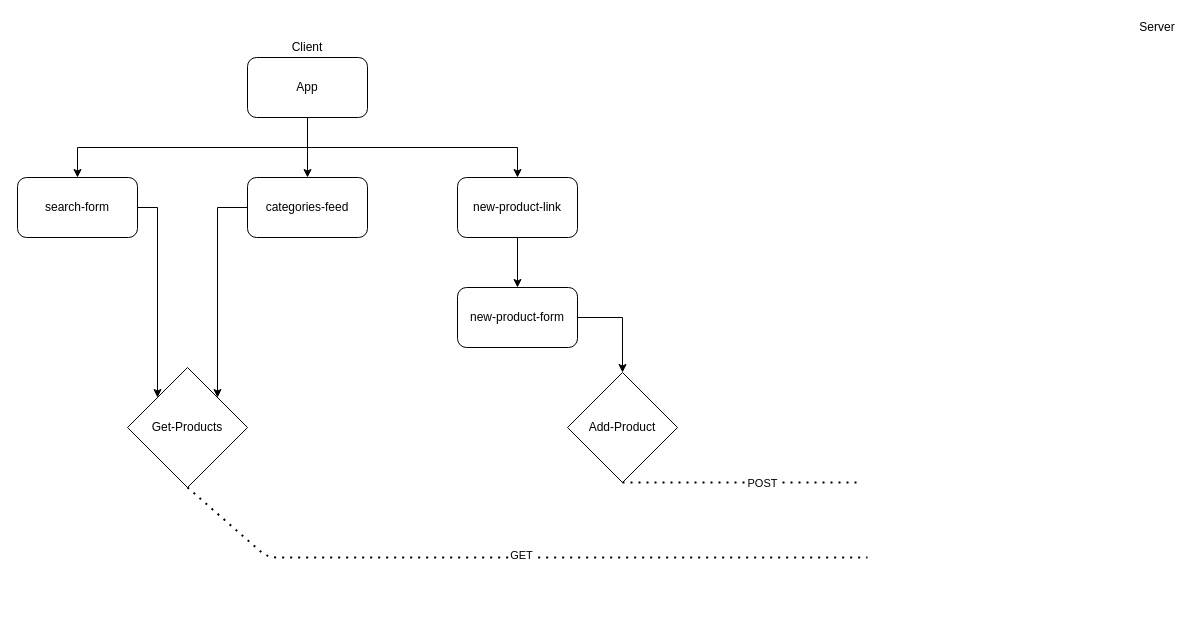
The draw.io diagram app.drawio in ParksDivision/Green-Report, before the edit. Source tidied: cells renumbered, new cells numbered last; positions are measured from the earlier drawing's top-left corner, leaving out a move shared by most shapes. Both pictures are drawn from the tidied source at 100%, with x=0, y=0 at pixel (17, 17).
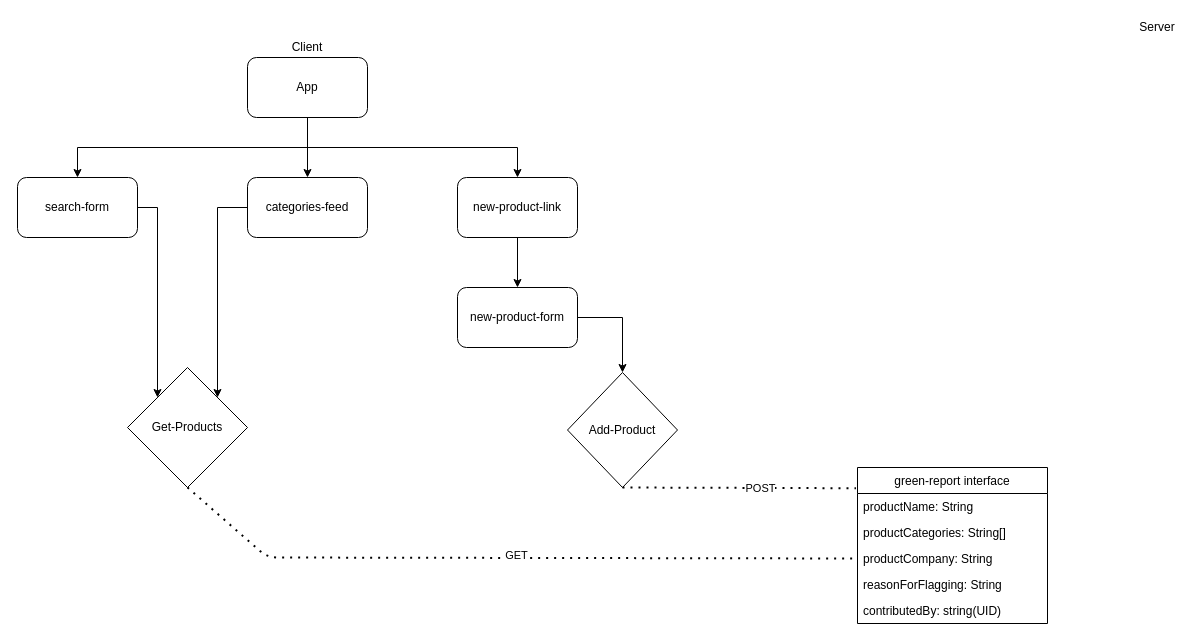
The same page after the edit.

The change refers to these unchanged cells:
```xml
<mxCell id="11" value="Get-Products" style="rhombus;whiteSpace=wrap;html=1;" parent="1" vertex="1">
  <mxGeometry x="110" y="350" width="120" height="120" as="geometry" />
</mxCell>
```

Change to the diagram source:
```diff
@@
     <mxCell id="15" value="Add-Product" style="rhombus;whiteSpace=wrap;html=1;" parent="1" vertex="1">
-      <mxGeometry x="550" y="355" width="110" height="110" as="geometry" />
+      <mxGeometry x="550" y="355" width="110" height="115" as="geometry" />
     </mxCell>
@@
-    <mxCell id="18" style="endArrow=none;dashed=1;html=1;dashPattern=1 3;strokeWidth=2;exitX=0.5;exitY=1;exitDx=0;exitDy=0;" parent="1" edge="1" source="15">
-      <mxGeometry relative="1" as="geometry">
-        <mxPoint x="840" y="465" as="targetPoint" />
-      </mxGeometry>
+    <mxCell id="18" style="endArrow=none;dashed=1;html=1;dashPattern=1 3;strokeWidth=2;exitX=0.5;exitY=1;exitDx=0;exitDy=0;entryX=-0.008;entryY=0.133;entryDx=0;entryDy=0;entryPerimeter=0;" parent="1" edge="1" source="15" target="22">
+      <mxGeometry relative="1" as="geometry" />
     </mxCell>
@@
-    <mxCell id="20" style="endArrow=none;dashed=1;html=1;dashPattern=1 3;strokeWidth=2;exitX=0.5;exitY=1;exitDx=0;exitDy=0;" parent="1" edge="1" source="11">
+    <mxCell id="20" style="endArrow=none;dashed=1;html=1;dashPattern=1 3;strokeWidth=2;exitX=0.5;exitY=1;exitDx=0;exitDy=0;entryX=0;entryY=0.5;entryDx=0;entryDy=0;" parent="1" edge="1" source="11" target="25">
       <mxGeometry relative="1" as="geometry">
-        <mxPoint x="850" y="540" as="targetPoint" />
         <Array as="points">
           <mxPoint x="250" y="540" />
         </Array>
       </mxGeometry>
     </mxCell>
@@
+    <mxCell id="22" value="green-report interface" style="swimlane;fontStyle=0;horizontal=1;startSize=26;fillColor=none;" parent="1" vertex="1">
+      <mxGeometry x="840" y="450" width="190" height="156" as="geometry" />
+    </mxCell>
+    <mxCell id="23" value="productName: String" style="text;strokeColor=none;fillColor=none;align=left;verticalAlign=top;spacingLeft=4;spacingRight=4;overflow=hidden;" parent="22" vertex="1">
+      <mxGeometry y="26" width="190" height="26" as="geometry" />
+    </mxCell>
+    <mxCell id="24" value="productCategories: String[]" style="text;strokeColor=none;fillColor=none;align=left;verticalAlign=top;spacingLeft=4;spacingRight=4;overflow=hidden;" parent="22" vertex="1">
+      <mxGeometry y="52" width="190" height="26" as="geometry" />
+    </mxCell>
+    <mxCell id="25" value="productCompany: String" style="text;strokeColor=none;fillColor=none;align=left;verticalAlign=top;spacingLeft=4;spacingRight=4;overflow=hidden;points=[[0,0.5],[1,0.5]];portConstraint=eastwest;" parent="22" vertex="1">
+      <mxGeometry y="78" width="190" height="26" as="geometry" />
+    </mxCell>
+    <mxCell id="26" value="reasonForFlagging: String" style="text;strokeColor=none;fillColor=none;align=left;verticalAlign=top;spacingLeft=4;spacingRight=4;overflow=hidden;" parent="22" vertex="1">
+      <mxGeometry y="104" width="190" height="26" as="geometry" />
+    </mxCell>
+    <mxCell id="27" value="contributedBy: string(UID)" style="text;strokeColor=none;fillColor=none;align=left;verticalAlign=top;spacingLeft=4;spacingRight=4;overflow=hidden;" parent="22" vertex="1">
+      <mxGeometry y="130" width="190" height="26" as="geometry" />
+    </mxCell>
```
